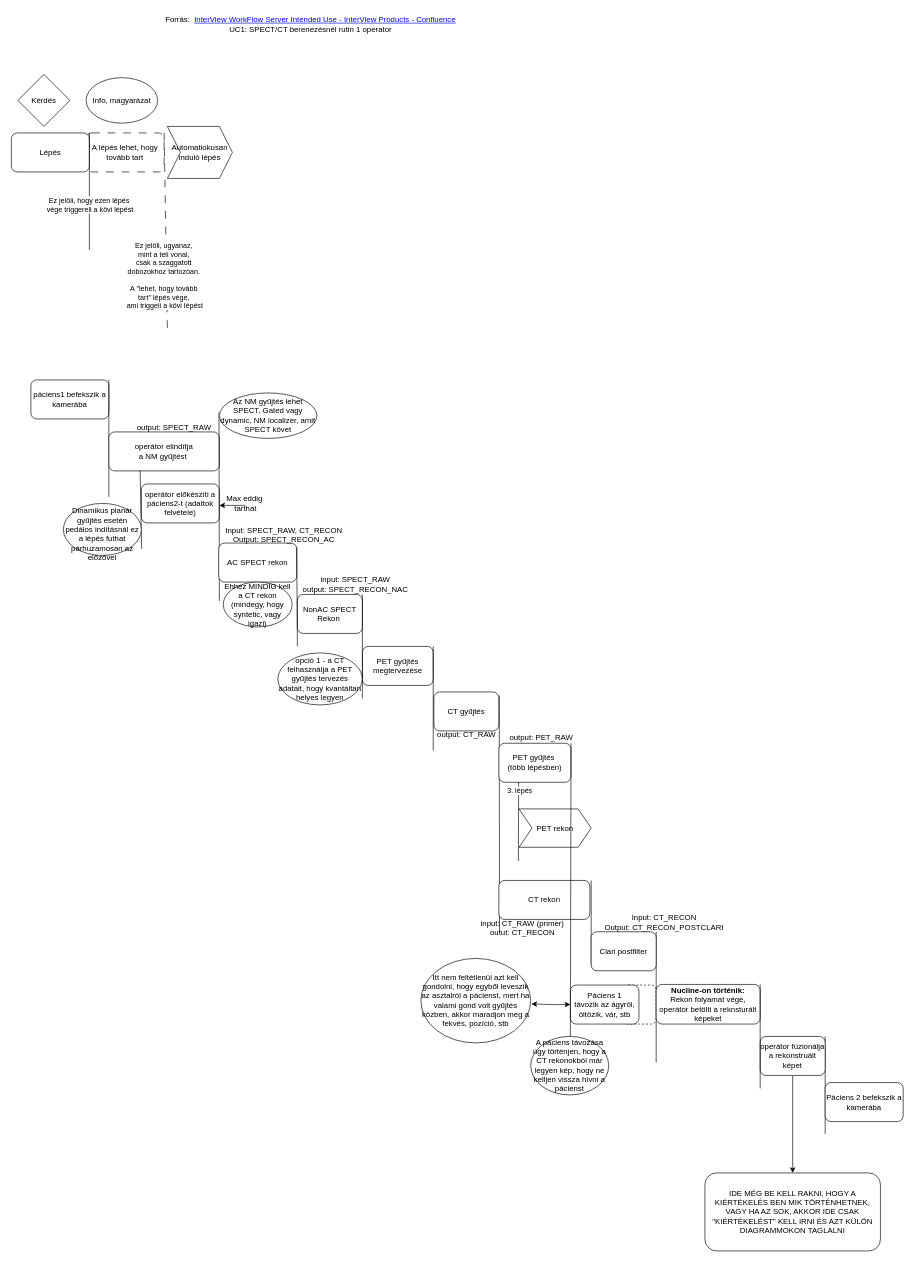
This is UC1_SPECT_CT_PET_Rutin_1_Operator_Prio1_Ac_SPECT_Rekon_ClariPF___törölni ha a kiértékelések is bekerültek.drawio from szvatai1985/drawio_files, a draw.io file, before an edit. Source tidied: cells renumbered, new cells numbered last; positions are measured from the earlier drawing's top-left corner, leaving out a move shared by most shapes. Both pictures are drawn from the tidied source at 65%, with x=0, y=0 at pixel (11, 11).
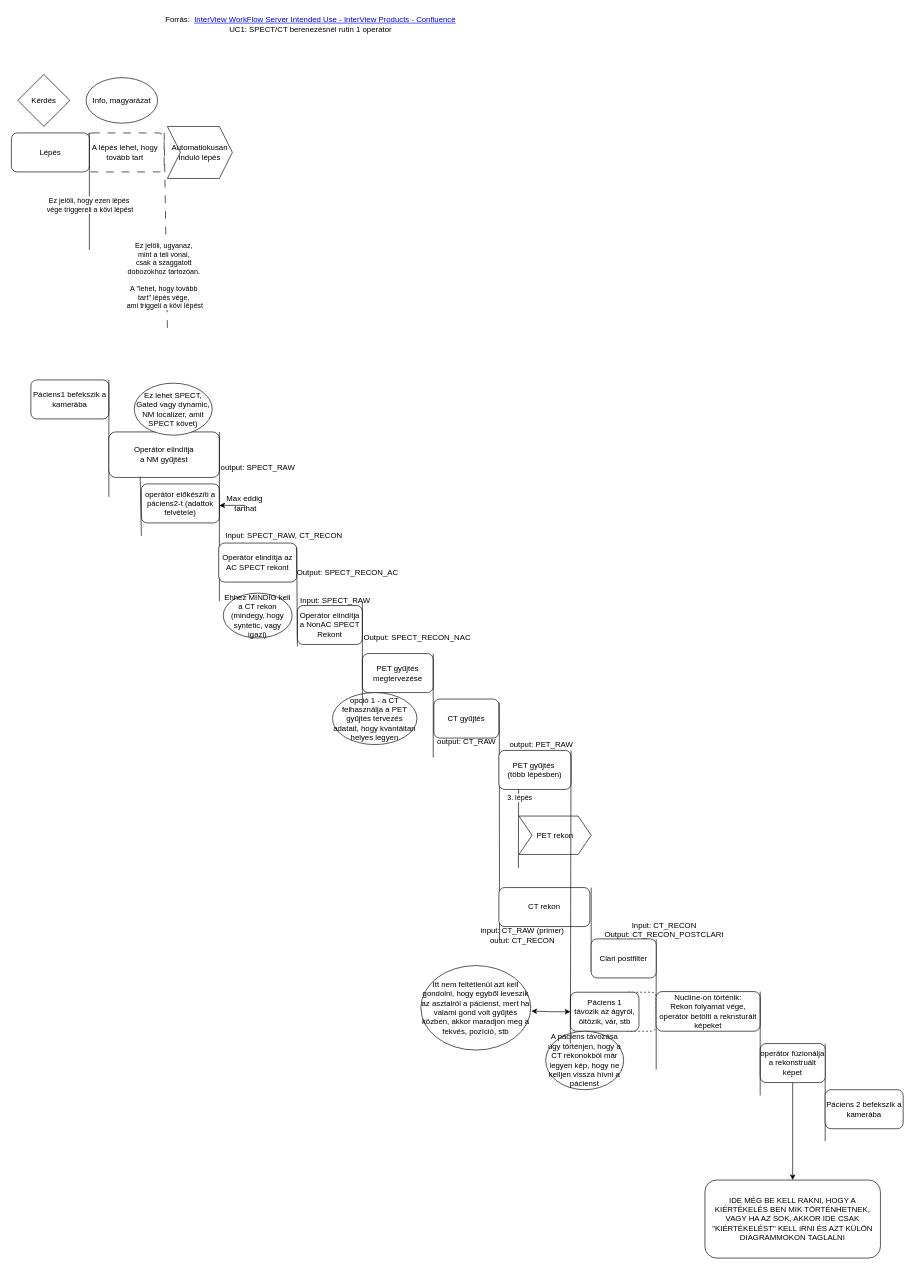
After the change.

Diff of the diagram source:
```diff
@@
     <mxCell id="2" style="rounded=1;whiteSpace=wrap;html=1;dashed=1;" parent="1" vertex="1">
-      <mxGeometry x="942" y="1498" width="50" height="60" as="geometry" />
+      <mxGeometry x="942" y="1509" width="50" height="60" as="geometry" />
     </mxCell>
@@
-    <mxCell id="4" value="páciens1 befekszik a kamerába" style="rounded=1;whiteSpace=wrap;html=1;" parent="1" vertex="1">
+    <mxCell id="4" value="Páciens1 befekszik a kamerába" style="rounded=1;whiteSpace=wrap;html=1;" parent="1" vertex="1">
       <mxGeometry x="30" y="567" width="120" height="60" as="geometry" />
     </mxCell>
@@
-    <mxCell id="6" value="operátor elindítja&lt;div&gt;a&amp;nbsp;NM&amp;nbsp;&lt;span style=&quot;background-color: initial;&quot;&gt;gyűjtést&amp;nbsp;&lt;/span&gt;&lt;br&gt;&lt;/div&gt;" style="rounded=1;whiteSpace=wrap;html=1;" parent="1" vertex="1">
-      <mxGeometry x="150" y="647" width="170" height="60" as="geometry" />
+    <mxCell id="6" value="Operátor elindítja&lt;div&gt;a&amp;nbsp;NM&amp;nbsp;&lt;span style=&quot;background-color: initial;&quot;&gt;gyűjtést&lt;/span&gt;&lt;/div&gt;" style="rounded=1;whiteSpace=wrap;html=1;" parent="1" vertex="1">
+      <mxGeometry x="150" y="647" width="170" height="70" as="geometry" />
     </mxCell>
@@
-    <mxCell id="8" style="endArrow=none;html=1;rounded=0;entryX=1;entryY=0;entryDx=0;entryDy=0;" parent="1" edge="1">
+    <mxCell id="8" style="endArrow=none;html=1;rounded=0;entryX=1;entryY=0;entryDx=0;entryDy=0;" parent="1" edge="1" target="6">
       <mxGeometry relative="1" as="geometry">
         <mxPoint x="320" y="907" as="sourcePoint" />
-        <mxPoint x="319.4" y="617" as="targetPoint" />
       </mxGeometry>
     </mxCell>
@@
-    <mxCell id="15" value="NonAC SPECT Rekon&amp;nbsp;" style="rounded=1;whiteSpace=wrap;html=1;" parent="1" vertex="1">
-      <mxGeometry x="440" y="897" width="100" height="60" as="geometry" />
+    <mxCell id="15" value="Operátor elindítja a NonAC SPECT Rekont" style="rounded=1;whiteSpace=wrap;html=1;" parent="1" vertex="1">
+      <mxGeometry x="440" y="914" width="100" height="60" as="geometry" />
     </mxCell>
     <mxCell id="16" style="endArrow=none;html=1;rounded=0;entryX=1;entryY=0;entryDx=0;entryDy=0;" parent="1" edge="1">
       <mxGeometry relative="1" as="geometry">
-        <mxPoint x="992" y="1617" as="sourcePoint" />
-        <mxPoint x="992" y="1416" as="targetPoint" />
+        <mxPoint x="992" y="1628" as="sourcePoint" />
+        <mxPoint x="992" y="1427" as="targetPoint" />
       </mxGeometry>
     </mxCell>
     <mxCell id="17" style="endArrow=none;html=1;rounded=0;entryX=1;entryY=0;entryDx=0;entryDy=0;" parent="1" edge="1">
       <mxGeometry relative="1" as="geometry">
-        <mxPoint x="1252" y="1727" as="sourcePoint" />
-        <mxPoint x="1252" y="1577" as="targetPoint" />
+        <mxPoint x="1252" y="1738" as="sourcePoint" />
+        <mxPoint x="1252" y="1588" as="targetPoint" />
       </mxGeometry>
     </mxCell>
     <mxCell id="18" value="&lt;div&gt;Páciens 2 befekszik a kamerába&lt;/div&gt;" style="rounded=1;whiteSpace=wrap;html=1;" parent="1" vertex="1">
-      <mxGeometry x="1252" y="1648" width="120" height="60" as="geometry" />
+      <mxGeometry x="1252" y="1659" width="120" height="60" as="geometry" />
     </mxCell>
     <mxCell id="19" value="output: SPECT_RAW" style="text;html=1;align=center;verticalAlign=middle;strokeColor=none;fillColor=none;" parent="1" vertex="1">
-      <mxGeometry x="180" y="625" width="140" height="30" as="geometry" />
+      <mxGeometry x="309" y="687" width="140" height="30" as="geometry" />
     </mxCell>
-    <mxCell id="20" value="&lt;div&gt;&lt;div&gt;input: SPECT_RAW&lt;/div&gt;&lt;div&gt;output: SPECT_RECON_NAC&lt;/div&gt;&lt;/div&gt;" style="text;html=1;align=center;verticalAlign=middle;strokeColor=none;fillColor=none;" parent="1" vertex="1">
-      <mxGeometry x="434" y="862" width="190" height="40" as="geometry" />
+    <mxCell id="20" value="&lt;div&gt;Input: SPECT_RAW&lt;/div&gt;" style="text;html=1;align=center;verticalAlign=middle;strokeColor=none;fillColor=none;" parent="1" vertex="1">
+      <mxGeometry x="433" y="892" width="130" height="30" as="geometry" />
     </mxCell>
     <mxCell id="21" value="CT gyűjtés" style="rounded=1;whiteSpace=wrap;html=1;" parent="1" vertex="1">
-      <mxGeometry x="650" y="1047" width="100" height="60" as="geometry" />
+      <mxGeometry x="650" y="1058" width="100" height="60" as="geometry" />
     </mxCell>
     <mxCell id="22" value="&lt;div&gt;output: CT_RAW&lt;/div&gt;" style="text;html=1;align=center;verticalAlign=middle;strokeColor=none;fillColor=none;" parent="1" vertex="1">
-      <mxGeometry x="645" y="1098" width="110" height="30" as="geometry" />
+      <mxGeometry x="645" y="1109" width="110" height="30" as="geometry" />
     </mxCell>
     <mxCell id="23" style="endArrow=none;html=1;rounded=0;entryX=1.006;entryY=0.091;entryDx=0;entryDy=0;entryPerimeter=0;" parent="1" edge="1" target="21">
       <mxGeometry relative="1" as="geometry">
-        <mxPoint x="751" y="1417" as="sourcePoint" />
+        <mxPoint x="751" y="1428" as="sourcePoint" />
       </mxGeometry>
     </mxCell>
     <mxCell id="24" value="CT rekon" style="rounded=1;whiteSpace=wrap;html=1;" parent="1" vertex="1">
-      <mxGeometry x="750" y="1337" width="140" height="60" as="geometry" />
+      <mxGeometry x="750" y="1348" width="140" height="60" as="geometry" />
     </mxCell>
     <mxCell id="25" value="&lt;div&gt;input: CT_RAW (primer)&lt;/div&gt;&lt;div&gt;outut: CT_RECON&lt;/div&gt;" style="text;html=1;align=center;verticalAlign=middle;strokeColor=none;fillColor=none;" parent="1" vertex="1">
-      <mxGeometry x="711" y="1390" width="150" height="40" as="geometry" />
+      <mxGeometry x="711" y="1401" width="150" height="40" as="geometry" />
     </mxCell>
     <mxCell id="26" style="endArrow=none;html=1;rounded=0;entryX=1;entryY=0;entryDx=0;entryDy=0;" parent="1" edge="1">
       <mxGeometry relative="1" as="geometry">
-        <mxPoint x="892" y="1467" as="sourcePoint" />
-        <mxPoint x="892" y="1337" as="targetPoint" />
+        <mxPoint x="892" y="1478" as="sourcePoint" />
+        <mxPoint x="892" y="1348" as="targetPoint" />
       </mxGeometry>
     </mxCell>
     <mxCell id="27" value="&lt;div&gt;Clari postfilter&lt;/div&gt;" style="rounded=1;whiteSpace=wrap;html=1;" parent="1" vertex="1">
-      <mxGeometry x="892" y="1416" width="100" height="60" as="geometry" />
+      <mxGeometry x="892" y="1427" width="100" height="60" as="geometry" />
     </mxCell>
     <mxCell id="28" value="&lt;div&gt;Input: CT_RECON&lt;/div&gt;&lt;div&gt;Output: CT_RECON_POSTCLARI&lt;/div&gt;" style="text;html=1;align=center;verticalAlign=middle;strokeColor=none;fillColor=none;" parent="1" vertex="1">
-      <mxGeometry x="899" y="1382" width="210" height="40" as="geometry" />
+      <mxGeometry x="899" y="1393" width="210" height="40" as="geometry" />
     </mxCell>
-    <mxCell id="29" value="AC SPECT rekon" style="rounded=1;whiteSpace=wrap;html=1;" parent="1" vertex="1">
+    <mxCell id="29" value="Operátor elindítja az AC SPECT rekont" style="rounded=1;whiteSpace=wrap;html=1;" parent="1" vertex="1">
       <mxGeometry x="319" y="818" width="120" height="60" as="geometry" />
     </mxCell>
-    <mxCell id="30" value="&lt;div&gt;Input: SPECT_RAW, CT_RECON&lt;/div&gt;&lt;div&gt;Output: SPECT_RECON_AC&lt;/div&gt;&lt;div&gt;&lt;br&gt;&lt;/div&gt;" style="text;html=1;align=center;verticalAlign=middle;strokeColor=none;fillColor=none;" parent="1" vertex="1">
-      <mxGeometry x="319" y="783" width="200" height="60" as="geometry" />
+    <mxCell id="30" value="&lt;div&gt;Input: SPECT_RAW, CT_RECON&lt;/div&gt;&lt;div&gt;&lt;br&gt;&lt;/div&gt;" style="text;html=1;align=center;verticalAlign=middle;strokeColor=none;fillColor=none;" parent="1" vertex="1">
+      <mxGeometry x="319" y="793" width="200" height="40" as="geometry" />
     </mxCell>
@@
     <mxCell id="32" style="endArrow=none;html=1;rounded=0;entryX=0.283;entryY=0.986;entryDx=0;entryDy=0;entryPerimeter=0;" parent="1" edge="1" target="6">
       <mxGeometry relative="1" as="geometry">
-        <mxPoint x="200.4" y="827" as="sourcePoint" />
+        <mxPoint x="200" y="807" as="sourcePoint" />
       </mxGeometry>
     </mxCell>
-    <mxCell id="33" value="&lt;div&gt;&lt;br&gt;&lt;/div&gt;&lt;div&gt;Dinamikus planár gyűjtés esetén pedálos indításnál ez a lépés futhat párhuzamosan az előzővel&lt;/div&gt;" style="ellipse;whiteSpace=wrap;html=1;" parent="1" vertex="1">
-      <mxGeometry x="80" y="757" width="120" height="80" as="geometry" />
-    </mxCell>
@@
-    <mxCell id="36" value="Az NM gyűjtés lehet SPECT, Gated vagy dynamic, NM localizer, amit SPECT követ" style="ellipse;whiteSpace=wrap;html=1;" parent="1" vertex="1">
-      <mxGeometry x="320" y="587" width="150" height="70" as="geometry" />
-    </mxCell>
@@
     <mxCell id="39" value="&lt;div&gt;PET gyűjtés megtervezése&lt;/div&gt;" style="rounded=1;whiteSpace=wrap;html=1;" parent="1" vertex="1">
-      <mxGeometry x="540" y="977" width="109" height="60" as="geometry" />
+      <mxGeometry x="540" y="988" width="109" height="60" as="geometry" />
     </mxCell>
     <mxCell id="40" value="opció 1 - a CT felhasználja a PET gyűjtés tervezés adatait, hogy kvantáltan helyes legyen" style="ellipse;whiteSpace=wrap;html=1;" parent="1" vertex="1">
-      <mxGeometry x="410" y="987" width="130" height="80" as="geometry" />
+      <mxGeometry x="494" y="1048" width="130" height="80" as="geometry" />
     </mxCell>
     <mxCell id="41" value="PET gyűjtés&amp;nbsp;&lt;div&gt;(több lépésben)&lt;/div&gt;" style="rounded=1;whiteSpace=wrap;html=1;" parent="1" vertex="1">
-      <mxGeometry x="750" y="1126" width="111" height="60" as="geometry" />
+      <mxGeometry x="750" y="1137" width="111" height="60" as="geometry" />
     </mxCell>
     <mxCell id="42" value="PET rekon" style="shape=step;perimeter=stepPerimeter;whiteSpace=wrap;html=1;fixedSize=1;" parent="1" vertex="1">
-      <mxGeometry x="781" y="1227" width="111" height="59" as="geometry" />
+      <mxGeometry x="781" y="1238" width="111" height="59" as="geometry" />
     </mxCell>
     <mxCell id="43" style="endArrow=none;html=1;rounded=0;entryX=1;entryY=0.11;entryDx=0;entryDy=0;entryPerimeter=0;" parent="1" edge="1">
       <mxGeometry relative="1" as="geometry">
-        <mxPoint x="780" y="1307" as="sourcePoint" />
-        <mxPoint x="780.4" y="1185.5" as="targetPoint" />
+        <mxPoint x="780" y="1318" as="sourcePoint" />
+        <mxPoint x="780.4" y="1196.5" as="targetPoint" />
       </mxGeometry>
     </mxCell>
@@
     <mxCell id="45" value="Páciens 1&lt;div&gt;távozik az ágyról, öltözik, vár, stb&lt;/div&gt;" style="rounded=1;whiteSpace=wrap;html=1;" parent="1" vertex="1">
-      <mxGeometry x="860" y="1498" width="105.5" height="60" as="geometry" />
+      <mxGeometry x="860" y="1509" width="105.5" height="60" as="geometry" />
     </mxCell>
     <mxCell id="46" style="edgeStyle=orthogonalEdgeStyle;rounded=0;jettySize=auto;html=1;exitX=0;exitY=0.5;exitDx=0;exitDy=0;startArrow=classic;startFill=1;" parent="1" edge="1" source="45">
       <mxGeometry relative="1" as="geometry">
-        <mxPoint x="800" y="1527" as="targetPoint" />
+        <mxPoint x="800" y="1538" as="targetPoint" />
       </mxGeometry>
     </mxCell>
     <mxCell id="47" value="A páciens távozása úgy történjen, hogy a CT rekonokból már legyen kép, hogy ne kelljen vissza hívni a pácienst" style="ellipse;whiteSpace=wrap;html=1;" parent="1" vertex="1">
-      <mxGeometry x="799" y="1577" width="120" height="90" as="geometry" />
+      <mxGeometry x="822" y="1569" width="120" height="90" as="geometry" />
     </mxCell>
     <mxCell id="48" value="Itt nem feltétlenül azt kell gondolni, hogy egyből leveszik az asztalról a pácienst, mert ha valami gond volt gyűjtés közben, akkor maradjon meg a fekvés, pozíció, stb" style="ellipse;whiteSpace=wrap;html=1;" parent="1" vertex="1">
-      <mxGeometry x="630" y="1457" width="169" height="130" as="geometry" />
+      <mxGeometry x="630" y="1468" width="169" height="130" as="geometry" />
     </mxCell>
     <mxCell id="49" value="Ehhez MINDIG kell a CT rekon (mindegy, hogy syntetic, vagy igazi)" style="ellipse;whiteSpace=wrap;html=1;" parent="1" vertex="1">
-      <mxGeometry x="326" y="878" width="106" height="69" as="geometry" />
+      <mxGeometry x="326" y="895" width="106" height="69" as="geometry" />
     </mxCell>
@@
-    <mxCell id="51" value="&lt;div&gt;&lt;b&gt;Nucline-on történik:&lt;/b&gt;&lt;br&gt;&lt;/div&gt;Rekon folyamat vége, operátor betölti a reknsturált képeket" style="rounded=1;whiteSpace=wrap;html=1;" parent="1" vertex="1">
-      <mxGeometry x="992" y="1497" width="160" height="61" as="geometry" />
+    <mxCell id="51" value="&lt;div&gt;&lt;span style=&quot;background-color: initial;&quot;&gt;Nucline-on történik:&lt;/span&gt;&lt;br&gt;&lt;/div&gt;&lt;div&gt;Rekon folyamat vége, operátor betölti a reknsturált képeket&lt;/div&gt;" style="rounded=1;whiteSpace=wrap;html=1;" parent="1" vertex="1">
+      <mxGeometry x="992" y="1508" width="160" height="61" as="geometry" />
     </mxCell>
@@
     <mxCell id="53" value="&lt;div&gt;operátor&amp;nbsp;&lt;span style=&quot;background-color: initial;&quot;&gt;fúzionálja a rekonstruált képet&lt;/span&gt;&lt;/div&gt;" style="rounded=1;whiteSpace=wrap;html=1;" parent="1" vertex="1">
-      <mxGeometry x="1152" y="1577" width="100" height="60" as="geometry" />
+      <mxGeometry x="1152" y="1588" width="100" height="60" as="geometry" />
     </mxCell>
     <mxCell id="54" style="endArrow=none;html=1;rounded=0;entryX=1;entryY=0;entryDx=0;entryDy=0;" parent="1" edge="1">
       <mxGeometry relative="1" as="geometry">
-        <mxPoint x="1152" y="1657" as="sourcePoint" />
-        <mxPoint x="1152" y="1497" as="targetPoint" />
+        <mxPoint x="1152" y="1668" as="sourcePoint" />
+        <mxPoint x="1152" y="1508" as="targetPoint" />
       </mxGeometry>
     </mxCell>
     <mxCell id="55" value="IDE MÉG BE KELL RAKNI, HOGY A KIÉRTÉKELÉS BEN MIK TÖRTÉNHETNEK, VAGY HA AZ SOK, AKKOR IDE CSAK &quot;KIÉRTÉKELÉST&quot; KELL íRNI ÉS AZT KÜLÖN DIAGRAMMOKON TAGLALNI" style="rounded=1;whiteSpace=wrap;html=1;" parent="1" vertex="1">
-      <mxGeometry x="1067" y="1787" width="270" height="120" as="geometry" />
+      <mxGeometry x="1067" y="1798" width="270" height="120" as="geometry" />
     </mxCell>
     <mxCell id="56" value="output: PET_RAW" style="text;html=1;align=center;verticalAlign=middle;strokeColor=none;fillColor=none;" parent="1" vertex="1">
-      <mxGeometry x="755" y="1103" width="120" height="30" as="geometry" />
+      <mxGeometry x="755" y="1114" width="120" height="30" as="geometry" />
     </mxCell>
     <mxCell id="57" style="endArrow=none;html=1;rounded=0;entryX=1;entryY=0.11;entryDx=0;entryDy=0;entryPerimeter=0;" parent="1" edge="1">
       <mxGeometry relative="1" as="geometry">
-        <mxPoint x="540" y="1057" as="sourcePoint" />
-        <mxPoint x="540" y="897" as="targetPoint" />
+        <mxPoint x="540" y="1068" as="sourcePoint" />
+        <mxPoint x="540" y="908" as="targetPoint" />
       </mxGeometry>
     </mxCell>
     <mxCell id="58" style="endArrow=none;html=1;rounded=0;entryX=1;entryY=0.11;entryDx=0;entryDy=0;entryPerimeter=0;" parent="1" edge="1">
       <mxGeometry relative="1" as="geometry">
-        <mxPoint x="649" y="1137" as="sourcePoint" />
-        <mxPoint x="649" y="977" as="targetPoint" />
+        <mxPoint x="649" y="1148" as="sourcePoint" />
+        <mxPoint x="649" y="988" as="targetPoint" />
       </mxGeometry>
     </mxCell>
     <mxCell id="59" style="endArrow=none;html=1;rounded=0;entryX=1;entryY=0;entryDx=0;entryDy=0;" parent="1" edge="1">
       <mxGeometry relative="1" as="geometry">
-        <mxPoint x="860" y="1577" as="sourcePoint" />
-        <mxPoint x="861" y="1126" as="targetPoint" />
+        <mxPoint x="860" y="1588" as="sourcePoint" />
+        <mxPoint x="861" y="1137" as="targetPoint" />
       </mxGeometry>
     </mxCell>
+    <mxCell id="60" value="&lt;span style=&quot;background-color: initial;&quot;&gt;Ez lehet&amp;nbsp;&lt;/span&gt;&lt;span style=&quot;background-color: initial;&quot;&gt;SPECT, Gated vagy dynamic, NM localizer, amit SPECT követ&lt;/span&gt;&lt;span style=&quot;background-color: initial;&quot;&gt;)&lt;/span&gt;" style="ellipse;whiteSpace=wrap;html=1;" parent="1" vertex="1">
+      <mxGeometry x="189" y="572" width="120" height="80" as="geometry" />
+    </mxCell>
+    <mxCell id="61" value="Output: SPECT_RECON_AC" style="text;html=1;align=center;verticalAlign=middle;strokeColor=none;fillColor=none;" parent="1" vertex="1">
+      <mxGeometry x="427" y="848" width="180" height="30" as="geometry" />
+    </mxCell>
+    <mxCell id="62" value="Output: SPECT_RECON_NAC" style="text;html=1;align=center;verticalAlign=middle;strokeColor=none;fillColor=none;" parent="1" vertex="1">
+      <mxGeometry x="529" y="948" width="190" height="30" as="geometry" />
+    </mxCell>
```
